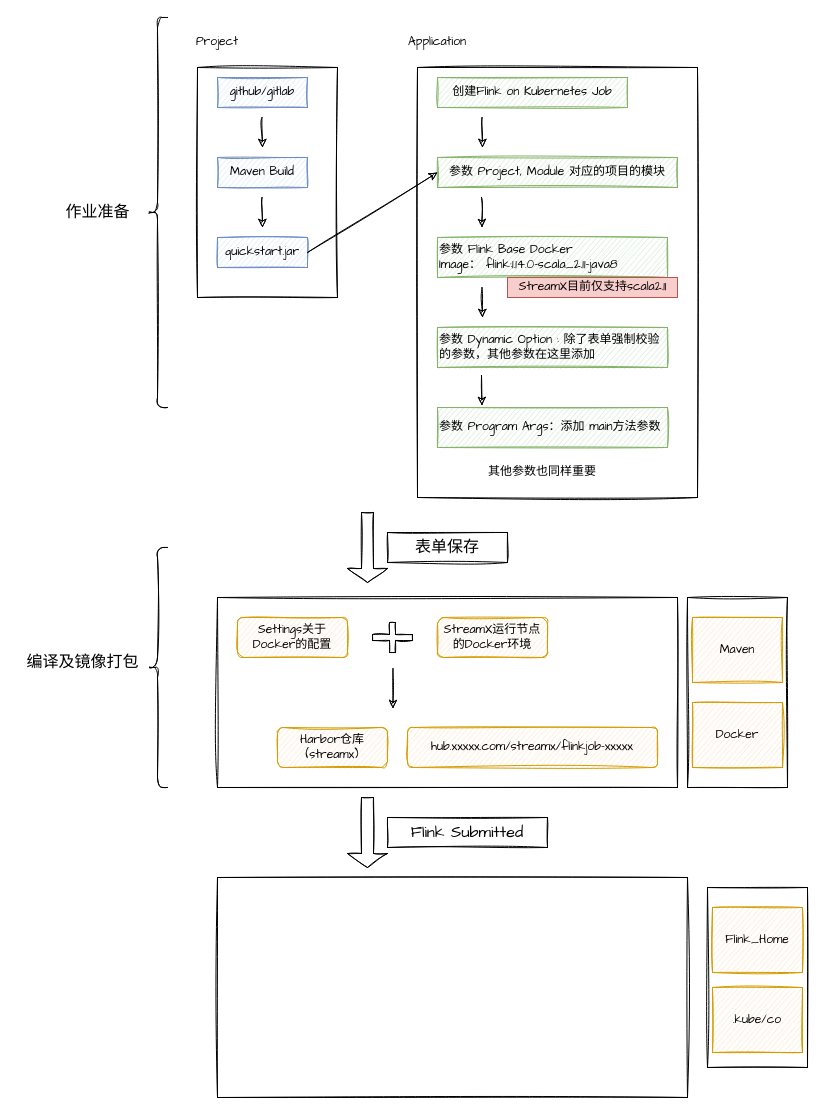
The draw.io diagram page "StreamX作业提交流程" (1 of 7) of Drawio/StreamX.drawio in xinzhuxiansheng/blog-notes, before the edit. Source tidied: cells renumbered, new cells numbered last; positions are measured from the earlier drawing's top-left corner, leaving out a move shared by most shapes. Both pictures are drawn from the tidied source at 100%, with x=0, y=0 at pixel (17, 17).
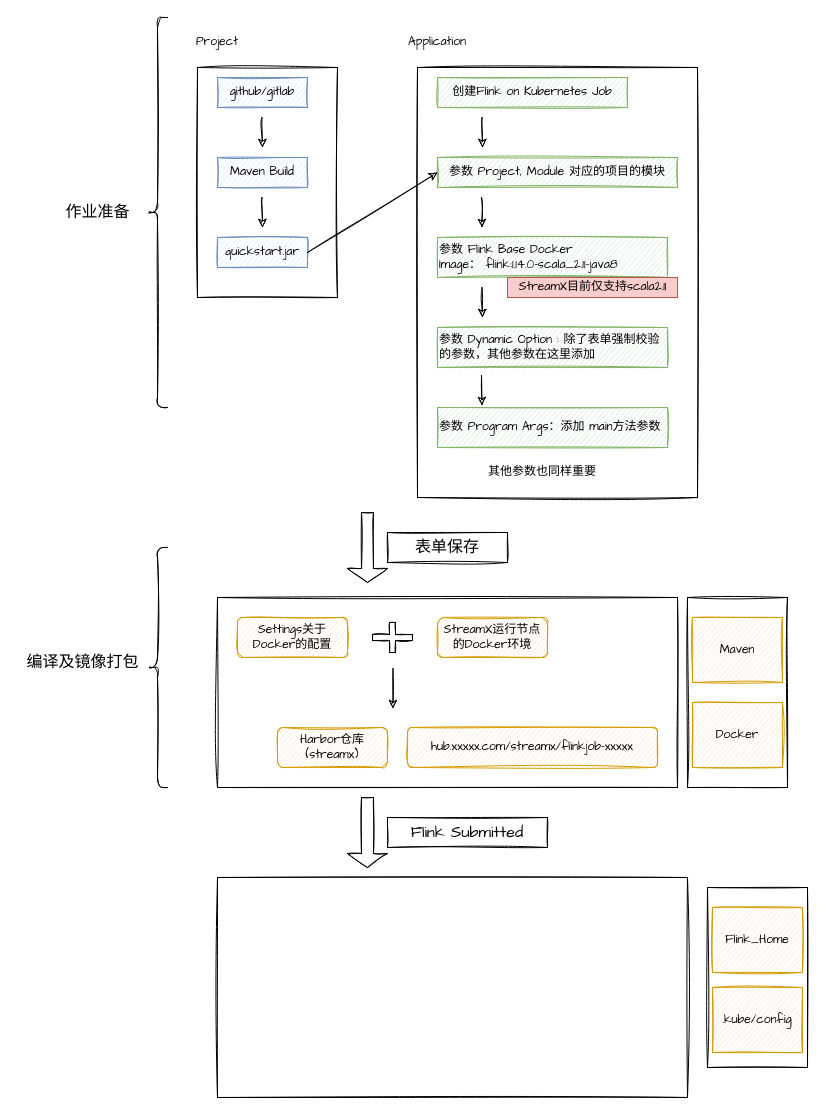
The same page after the edit.

Change to the diagram source:
```diff
@@
-    <mxCell id="43" value=".kube/co" style="rounded=0;whiteSpace=wrap;html=1;sketch=1;fontFamily=Comic Sans MS;fontSize=12;fillColor=#ffe6cc;align=center;strokeColor=#d79b00;" parent="1" vertex="1">
+    <mxCell id="43" value=".kube/config" style="rounded=0;whiteSpace=wrap;html=1;sketch=1;fontFamily=Comic Sans MS;fontSize=12;fillColor=#ffe6cc;align=center;strokeColor=#d79b00;" parent="1" vertex="1">
       <mxGeometry x="695" y="970" width="90" height="65" as="geometry" />
     </mxCell>
```
